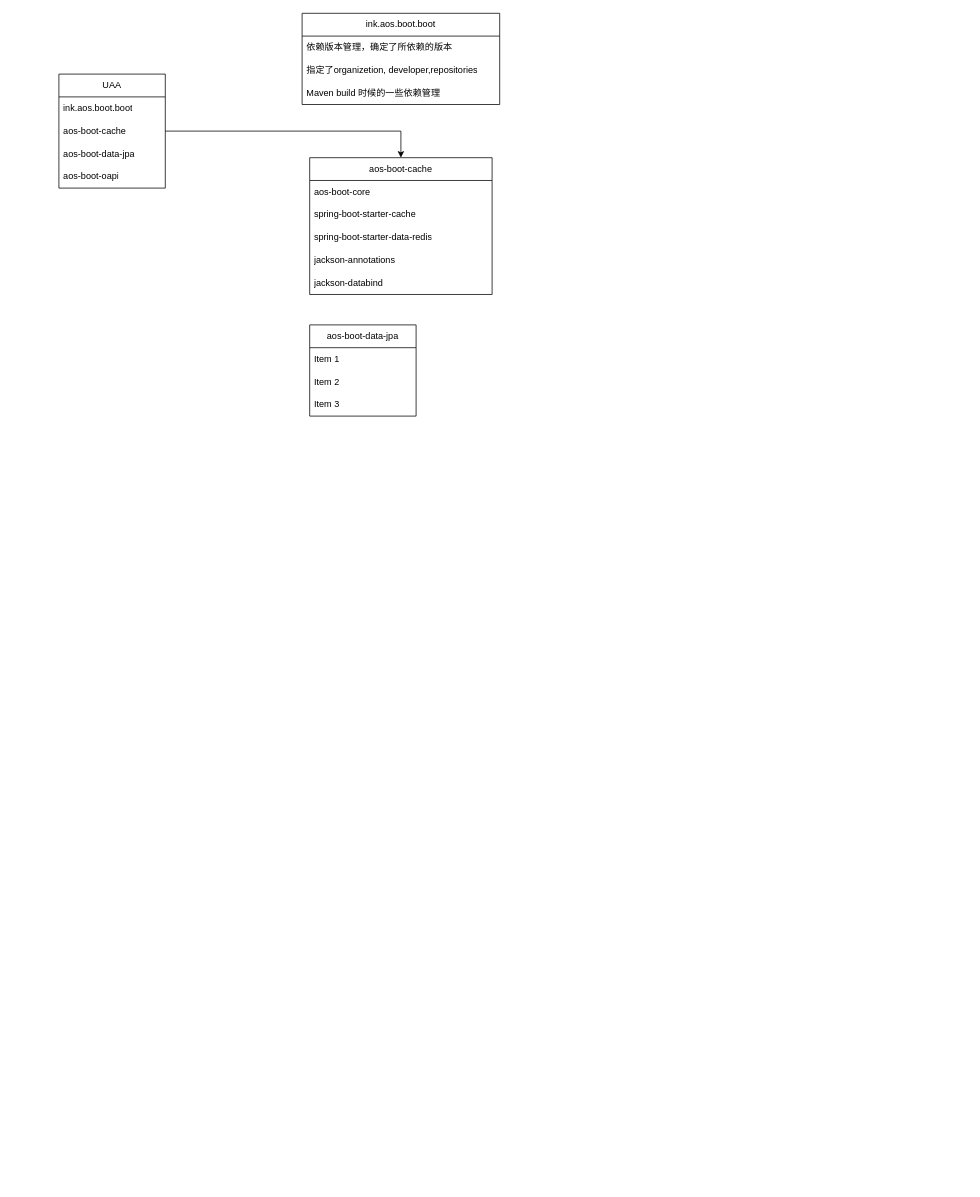
The draw.io diagram AOS-服务组件依赖关系.drawio in XiongZen/QJReconstitution, before the edit. Source tidied: cells renumbered, new cells numbered last; positions are measured from the earlier drawing's top-left corner, leaving out a move shared by most shapes. Both pictures are drawn from the tidied source at 76%, with x=0, y=0 at pixel (59, 13).
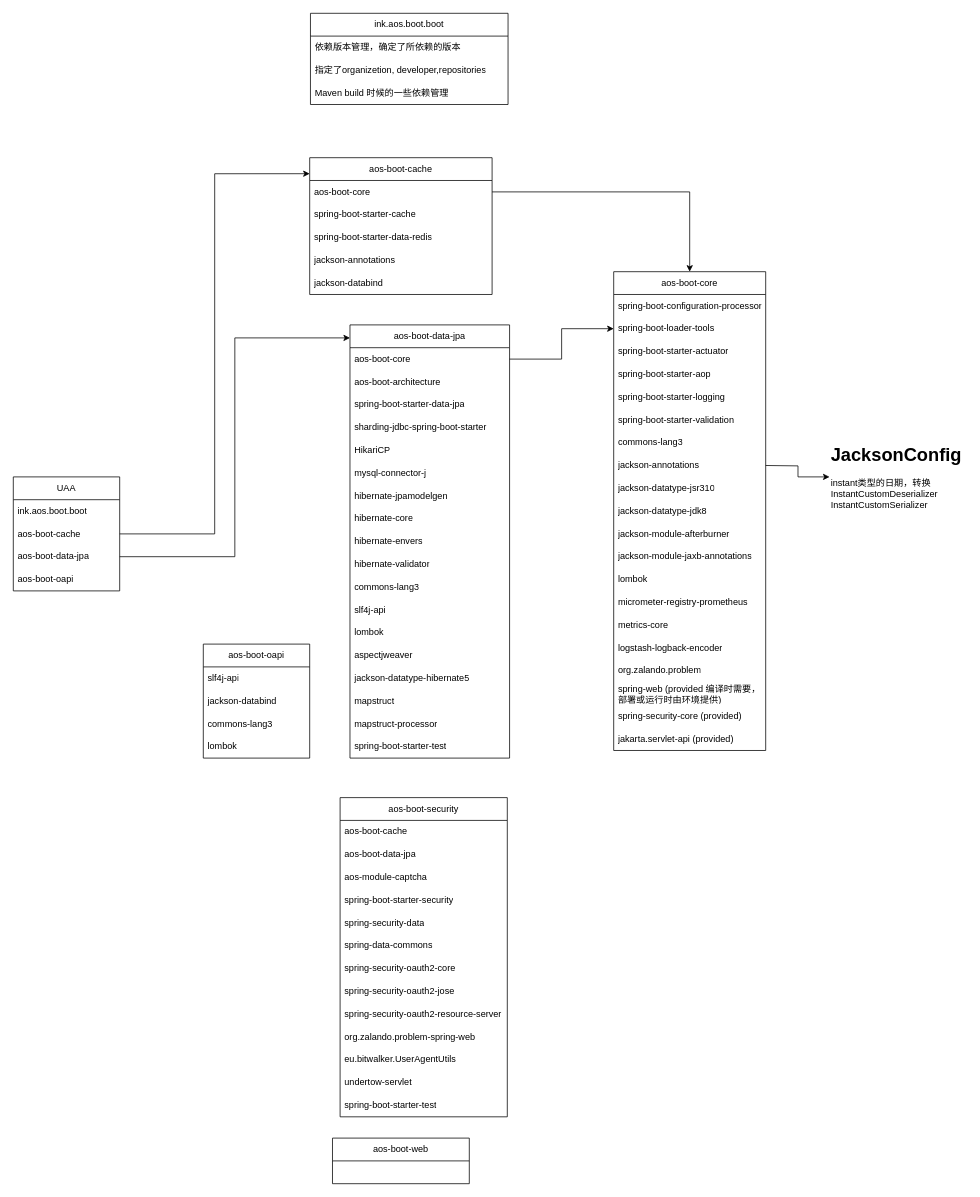
The same diagram, later.

Commit message (it also covers changes not shown here):
Update AOS-服务组件依赖关系.drawio

Unchanged cells that the change refers to:
```xml
<mxCell id="4" value="aos-boot-cache" style="text;strokeColor=none;fillColor=none;align=left;verticalAlign=middle;spacingLeft=4;spacingRight=4;overflow=hidden;points=[[0,0.5],[1,0.5]];portConstraint=eastwest;whiteSpace=wrap;html=1;" parent="2" vertex="1">
  <mxGeometry y="60" width="140" height="30" as="geometry" />
</mxCell>
<mxCell id="5" value="aos-boot-data-jpa" style="text;strokeColor=none;fillColor=none;align=left;verticalAlign=middle;spacingLeft=4;spacingRight=4;overflow=hidden;points=[[0,0.5],[1,0.5]];portConstraint=eastwest;whiteSpace=wrap;html=1;" parent="2" vertex="1">
  <mxGeometry y="90" width="140" height="30" as="geometry" />
</mxCell>
<mxCell id="11" value="&lt;span style=&quot;text-align: left;&quot;&gt;aos-boot-cache&lt;/span&gt;" style="swimlane;fontStyle=0;horizontal=1;startSize=30;whiteSpace=wrap;html=1;" parent="1" vertex="1">
  <mxGeometry x="330" y="190" width="240" height="180" as="geometry" />
</mxCell>
<mxCell id="12" value="aos-boot-core" style="text;strokeColor=none;fillColor=none;align=left;verticalAlign=middle;spacingLeft=4;spacingRight=4;overflow=hidden;points=[[0,0.5],[1,0.5]];portConstraint=eastwest;whiteSpace=wrap;html=1;" parent="11" vertex="1">
  <mxGeometry y="30" width="240" height="30" as="geometry" />
</mxCell>
```

Diff of the diagram source:
```diff
@@
     <mxCell id="2" value="UAA" style="swimlane;fontStyle=0;horizontal=1;startSize=30;whiteSpace=wrap;html=1;" parent="1" vertex="1">
-      <mxGeometry y="80" width="140" height="150" as="geometry" />
+      <mxGeometry x="-60" y="610" width="140" height="150" as="geometry" />
     </mxCell>
@@
     <mxCell id="7" value="&lt;span style=&quot;text-align: left;&quot;&gt;ink.aos.boot.boot&lt;/span&gt;" style="swimlane;fontStyle=0;horizontal=1;startSize=30;whiteSpace=wrap;html=1;" parent="1" vertex="1">
-      <mxGeometry x="320" width="260" height="120" as="geometry" />
+      <mxGeometry x="331" width="260" height="120" as="geometry" />
     </mxCell>
@@
-    <mxCell id="17" style="edgeStyle=orthogonalEdgeStyle;rounded=0;jettySize=auto;html=1;" parent="1" edge="1" source="4" target="11">
-      <mxGeometry relative="1" as="geometry" />
-    </mxCell>
     <mxCell id="18" value="aos-boot-data-jpa" style="swimlane;fontStyle=0;horizontal=1;startSize=30;whiteSpace=wrap;html=1;" parent="1" vertex="1">
-      <mxGeometry x="330" y="410" width="140" height="120" as="geometry" />
+      <mxGeometry x="383" y="410" width="210" height="570" as="geometry" />
     </mxCell>
-    <mxCell id="19" value="Item 1" style="text;strokeColor=none;fillColor=none;align=left;verticalAlign=middle;spacingLeft=4;spacingRight=4;overflow=hidden;points=[[0,0.5],[1,0.5]];portConstraint=eastwest;whiteSpace=wrap;html=1;" parent="18" vertex="1">
-      <mxGeometry y="30" width="140" height="30" as="geometry" />
+    <mxCell id="19" value="aos-boot-core" style="text;strokeColor=none;fillColor=none;align=left;verticalAlign=middle;spacingLeft=4;spacingRight=4;overflow=hidden;points=[[0,0.5],[1,0.5]];portConstraint=eastwest;whiteSpace=wrap;html=1;" parent="18" vertex="1">
+      <mxGeometry y="30" width="210" height="30" as="geometry" />
     </mxCell>
-    <mxCell id="20" value="Item 2" style="text;strokeColor=none;fillColor=none;align=left;verticalAlign=middle;spacingLeft=4;spacingRight=4;overflow=hidden;whiteSpace=wrap;html=1;" parent="18" vertex="1">
-      <mxGeometry y="60" width="140" height="30" as="geometry" />
+    <mxCell id="20" value="aos-boot-architecture" style="text;strokeColor=none;fillColor=none;align=left;verticalAlign=middle;spacingLeft=4;spacingRight=4;overflow=hidden;whiteSpace=wrap;html=1;" parent="18" vertex="1">
+      <mxGeometry y="60" width="210" height="30" as="geometry" />
     </mxCell>
-    <mxCell id="21" value="Item 3" style="text;strokeColor=none;fillColor=none;align=left;verticalAlign=middle;spacingLeft=4;spacingRight=4;overflow=hidden;whiteSpace=wrap;html=1;" parent="18" vertex="1">
-      <mxGeometry y="90" width="140" height="30" as="geometry" />
+    <mxCell id="21" value="spring-boot-starter-data-jpa" style="text;strokeColor=none;fillColor=none;align=left;verticalAlign=middle;spacingLeft=4;spacingRight=4;overflow=hidden;whiteSpace=wrap;html=1;" parent="18" vertex="1">
+      <mxGeometry y="90" width="210" height="30" as="geometry" />
     </mxCell>
+    <mxCell id="22" value="sharding-jdbc-spring-boot-starter" style="text;strokeColor=none;fillColor=none;align=left;verticalAlign=middle;spacingLeft=4;spacingRight=4;overflow=hidden;whiteSpace=wrap;html=1;" parent="18" vertex="1">
+      <mxGeometry y="120" width="210" height="30" as="geometry" />
+    </mxCell>
+    <mxCell id="23" value="HikariCP" style="text;strokeColor=none;fillColor=none;align=left;verticalAlign=middle;spacingLeft=4;spacingRight=4;overflow=hidden;whiteSpace=wrap;html=1;" parent="18" vertex="1">
+      <mxGeometry y="150" width="210" height="30" as="geometry" />
+    </mxCell>
+    <mxCell id="24" value="mysql-connector-j" style="text;strokeColor=none;fillColor=none;align=left;verticalAlign=middle;spacingLeft=4;spacingRight=4;overflow=hidden;whiteSpace=wrap;html=1;" parent="18" vertex="1">
+      <mxGeometry y="180" width="210" height="30" as="geometry" />
+    </mxCell>
+    <mxCell id="25" value="hibernate-jpamodelgen" style="text;strokeColor=none;fillColor=none;align=left;verticalAlign=middle;spacingLeft=4;spacingRight=4;overflow=hidden;whiteSpace=wrap;html=1;" parent="18" vertex="1">
+      <mxGeometry y="210" width="210" height="30" as="geometry" />
+    </mxCell>
+    <mxCell id="26" value="hibernate-core" style="text;strokeColor=none;fillColor=none;align=left;verticalAlign=middle;spacingLeft=4;spacingRight=4;overflow=hidden;whiteSpace=wrap;html=1;" parent="18" vertex="1">
+      <mxGeometry y="240" width="210" height="30" as="geometry" />
+    </mxCell>
+    <mxCell id="27" value="hibernate-envers" style="text;strokeColor=none;fillColor=none;align=left;verticalAlign=middle;spacingLeft=4;spacingRight=4;overflow=hidden;whiteSpace=wrap;html=1;" parent="18" vertex="1">
+      <mxGeometry y="270" width="210" height="30" as="geometry" />
+    </mxCell>
+    <mxCell id="28" value="hibernate-validator" style="text;strokeColor=none;fillColor=none;align=left;verticalAlign=middle;spacingLeft=4;spacingRight=4;overflow=hidden;whiteSpace=wrap;html=1;" parent="18" vertex="1">
+      <mxGeometry y="300" width="210" height="30" as="geometry" />
+    </mxCell>
+    <mxCell id="29" value="commons-lang3" style="text;strokeColor=none;fillColor=none;align=left;verticalAlign=middle;spacingLeft=4;spacingRight=4;overflow=hidden;whiteSpace=wrap;html=1;" parent="18" vertex="1">
+      <mxGeometry y="330" width="210" height="30" as="geometry" />
+    </mxCell>
+    <mxCell id="30" value="slf4j-api" style="text;strokeColor=none;fillColor=none;align=left;verticalAlign=middle;spacingLeft=4;spacingRight=4;overflow=hidden;whiteSpace=wrap;html=1;" parent="18" vertex="1">
+      <mxGeometry y="360" width="210" height="30" as="geometry" />
+    </mxCell>
+    <mxCell id="31" value="lombok" style="text;strokeColor=none;fillColor=none;align=left;verticalAlign=middle;spacingLeft=4;spacingRight=4;overflow=hidden;whiteSpace=wrap;html=1;" parent="18" vertex="1">
+      <mxGeometry y="390" width="210" height="30" as="geometry" />
+    </mxCell>
+    <mxCell id="32" value="aspectjweaver" style="text;strokeColor=none;fillColor=none;align=left;verticalAlign=middle;spacingLeft=4;spacingRight=4;overflow=hidden;whiteSpace=wrap;html=1;" parent="18" vertex="1">
+      <mxGeometry y="420" width="210" height="30" as="geometry" />
+    </mxCell>
+    <mxCell id="33" value="jackson-datatype-hibernate5" style="text;strokeColor=none;fillColor=none;align=left;verticalAlign=middle;spacingLeft=4;spacingRight=4;overflow=hidden;whiteSpace=wrap;html=1;" parent="18" vertex="1">
+      <mxGeometry y="450" width="210" height="30" as="geometry" />
+    </mxCell>
+    <mxCell id="34" value="mapstruct" style="text;strokeColor=none;fillColor=none;align=left;verticalAlign=middle;spacingLeft=4;spacingRight=4;overflow=hidden;whiteSpace=wrap;html=1;" parent="18" vertex="1">
+      <mxGeometry y="480" width="210" height="30" as="geometry" />
+    </mxCell>
+    <mxCell id="35" value="mapstruct-processor" style="text;strokeColor=none;fillColor=none;align=left;verticalAlign=middle;spacingLeft=4;spacingRight=4;overflow=hidden;whiteSpace=wrap;html=1;" parent="18" vertex="1">
+      <mxGeometry y="510" width="210" height="30" as="geometry" />
+    </mxCell>
+    <mxCell id="36" value="spring-boot-starter-test" style="text;strokeColor=none;fillColor=none;align=left;verticalAlign=middle;spacingLeft=4;spacingRight=4;overflow=hidden;whiteSpace=wrap;html=1;" parent="18" vertex="1">
+      <mxGeometry y="540" width="210" height="30" as="geometry" />
+    </mxCell>
+    <mxCell id="37" style="edgeStyle=orthogonalEdgeStyle;rounded=0;jettySize=auto;html=1;entryX=0;entryY=0.03;entryDx=0;entryDy=0;entryPerimeter=0;" parent="1" edge="1" source="5" target="18">
+      <mxGeometry relative="1" as="geometry" />
+    </mxCell>
+    <mxCell id="38" value="aos-boot-core" style="swimlane;fontStyle=0;horizontal=1;startSize=30;whiteSpace=wrap;html=1;" parent="1" vertex="1">
+      <mxGeometry x="730" y="340" width="200" height="630" as="geometry" />
+    </mxCell>
+    <mxCell id="39" value="spring-boot-configuration-processor" style="text;strokeColor=none;fillColor=none;align=left;verticalAlign=middle;spacingLeft=4;spacingRight=4;overflow=hidden;whiteSpace=wrap;html=1;" parent="38" vertex="1">
+      <mxGeometry y="30" width="200" height="30" as="geometry" />
+    </mxCell>
+    <mxCell id="40" value="spring-boot-loader-tools" style="text;strokeColor=none;fillColor=none;align=left;verticalAlign=middle;spacingLeft=4;spacingRight=4;overflow=hidden;points=[[0,0.5],[1,0.5]];portConstraint=eastwest;whiteSpace=wrap;html=1;" parent="38" vertex="1">
+      <mxGeometry y="60" width="200" height="30" as="geometry" />
+    </mxCell>
+    <mxCell id="41" value="spring-boot-starter-actuator" style="text;strokeColor=none;fillColor=none;align=left;verticalAlign=middle;spacingLeft=4;spacingRight=4;overflow=hidden;whiteSpace=wrap;html=1;" parent="38" vertex="1">
+      <mxGeometry y="90" width="200" height="30" as="geometry" />
+    </mxCell>
+    <mxCell id="42" value="spring-boot-starter-aop" style="text;strokeColor=none;fillColor=none;align=left;verticalAlign=middle;spacingLeft=4;spacingRight=4;overflow=hidden;whiteSpace=wrap;html=1;" parent="38" vertex="1">
+      <mxGeometry y="120" width="200" height="30" as="geometry" />
+    </mxCell>
+    <mxCell id="43" value="spring-boot-starter-logging" style="text;strokeColor=none;fillColor=none;align=left;verticalAlign=middle;spacingLeft=4;spacingRight=4;overflow=hidden;whiteSpace=wrap;html=1;" parent="38" vertex="1">
+      <mxGeometry y="150" width="200" height="30" as="geometry" />
+    </mxCell>
+    <mxCell id="44" value="spring-boot-starter-validation" style="text;strokeColor=none;fillColor=none;align=left;verticalAlign=middle;spacingLeft=4;spacingRight=4;overflow=hidden;whiteSpace=wrap;html=1;" parent="38" vertex="1">
+      <mxGeometry y="180" width="200" height="30" as="geometry" />
+    </mxCell>
+    <mxCell id="45" value="commons-lang3" style="text;strokeColor=none;fillColor=none;align=left;verticalAlign=middle;spacingLeft=4;spacingRight=4;overflow=hidden;whiteSpace=wrap;html=1;" parent="38" vertex="1">
+      <mxGeometry y="210" width="200" height="30" as="geometry" />
+    </mxCell>
+    <mxCell id="46" value="jackson-annotations" style="text;strokeColor=none;fillColor=none;align=left;verticalAlign=middle;spacingLeft=4;spacingRight=4;overflow=hidden;whiteSpace=wrap;html=1;" parent="38" vertex="1">
+      <mxGeometry y="240" width="200" height="30" as="geometry" />
+    </mxCell>
+    <mxCell id="47" value="jackson-datatype-jsr310" style="text;strokeColor=none;fillColor=none;align=left;verticalAlign=middle;spacingLeft=4;spacingRight=4;overflow=hidden;whiteSpace=wrap;html=1;" parent="38" vertex="1">
+      <mxGeometry y="270" width="200" height="30" as="geometry" />
+    </mxCell>
+    <mxCell id="48" value="jackson-datatype-jdk8" style="text;strokeColor=none;fillColor=none;align=left;verticalAlign=middle;spacingLeft=4;spacingRight=4;overflow=hidden;whiteSpace=wrap;html=1;" parent="38" vertex="1">
+      <mxGeometry y="300" width="200" height="30" as="geometry" />
+    </mxCell>
+    <mxCell id="49" value="jackson-module-afterburner" style="text;strokeColor=none;fillColor=none;align=left;verticalAlign=middle;spacingLeft=4;spacingRight=4;overflow=hidden;whiteSpace=wrap;html=1;" parent="38" vertex="1">
+      <mxGeometry y="330" width="200" height="30" as="geometry" />
+    </mxCell>
+    <mxCell id="50" value="jackson-module-jaxb-annotations" style="text;strokeColor=none;fillColor=none;align=left;verticalAlign=middle;spacingLeft=4;spacingRight=4;overflow=hidden;whiteSpace=wrap;html=1;" parent="38" vertex="1">
+      <mxGeometry y="360" width="200" height="30" as="geometry" />
+    </mxCell>
+    <mxCell id="51" value="lombok" style="text;strokeColor=none;fillColor=none;align=left;verticalAlign=middle;spacingLeft=4;spacingRight=4;overflow=hidden;whiteSpace=wrap;html=1;" parent="38" vertex="1">
+      <mxGeometry y="390" width="200" height="30" as="geometry" />
+    </mxCell>
+    <mxCell id="52" value="micrometer-registry-prometheus" style="text;strokeColor=none;fillColor=none;align=left;verticalAlign=middle;spacingLeft=4;spacingRight=4;overflow=hidden;whiteSpace=wrap;html=1;" parent="38" vertex="1">
+      <mxGeometry y="420" width="200" height="30" as="geometry" />
+    </mxCell>
+    <mxCell id="53" value="metrics-core" style="text;strokeColor=none;fillColor=none;align=left;verticalAlign=middle;spacingLeft=4;spacingRight=4;overflow=hidden;whiteSpace=wrap;html=1;" parent="38" vertex="1">
+      <mxGeometry y="450" width="200" height="30" as="geometry" />
+    </mxCell>
+    <mxCell id="54" value="logstash-logback-encoder" style="text;strokeColor=none;fillColor=none;align=left;verticalAlign=middle;spacingLeft=4;spacingRight=4;overflow=hidden;whiteSpace=wrap;html=1;" parent="38" vertex="1">
+      <mxGeometry y="480" width="200" height="30" as="geometry" />
+    </mxCell>
+    <mxCell id="55" value="org.zalando.problem" style="text;strokeColor=none;fillColor=none;align=left;verticalAlign=middle;spacingLeft=4;spacingRight=4;overflow=hidden;whiteSpace=wrap;html=1;" parent="38" vertex="1">
+      <mxGeometry y="510" width="200" height="30" as="geometry" />
+    </mxCell>
+    <mxCell id="56" value="spring-web (provided 编译时需要，部署或运行时由环境提供)" style="text;strokeColor=none;fillColor=none;align=left;verticalAlign=middle;spacingLeft=4;spacingRight=4;overflow=hidden;whiteSpace=wrap;html=1;" parent="38" vertex="1">
+      <mxGeometry y="540" width="200" height="30" as="geometry" />
+    </mxCell>
+    <mxCell id="57" value="spring-security-core (provided)" style="text;strokeColor=none;fillColor=none;align=left;verticalAlign=middle;spacingLeft=4;spacingRight=4;overflow=hidden;whiteSpace=wrap;html=1;" parent="38" vertex="1">
+      <mxGeometry y="570" width="200" height="30" as="geometry" />
+    </mxCell>
+    <mxCell id="58" value="jakarta.servlet-api (provided)" style="text;strokeColor=none;fillColor=none;align=left;verticalAlign=middle;spacingLeft=4;spacingRight=4;overflow=hidden;whiteSpace=wrap;html=1;" parent="38" vertex="1">
+      <mxGeometry y="600" width="200" height="30" as="geometry" />
+    </mxCell>
+    <mxCell id="59" style="edgeStyle=orthogonalEdgeStyle;rounded=0;jettySize=auto;html=1;entryX=0.5;entryY=0;entryDx=0;entryDy=0;" parent="1" edge="1" source="12" target="38">
+      <mxGeometry relative="1" as="geometry" />
+    </mxCell>
+    <mxCell id="60" style="edgeStyle=orthogonalEdgeStyle;rounded=0;jettySize=auto;html=1;entryX=0;entryY=0.5;entryDx=0;entryDy=0;" parent="1" edge="1" source="19" target="40">
+      <mxGeometry relative="1" as="geometry" />
+    </mxCell>
+    <mxCell id="61" value="&lt;h1 style=&quot;margin-top: 0px;&quot;&gt;JacksonConfig&lt;/h1&gt;&lt;p&gt;instant类型的日期，转换&lt;br&gt;InstantCustomDeserializer&lt;br&gt;InstantCustomSerializer&lt;/p&gt;" style="text;html=1;whiteSpace=wrap;overflow=hidden;rounded=0;" parent="1" vertex="1">
+      <mxGeometry x="1014" y="560" width="180" height="100" as="geometry" />
+    </mxCell>
+    <mxCell id="62" style="edgeStyle=orthogonalEdgeStyle;rounded=0;jettySize=auto;html=1;entryX=0;entryY=0.5;entryDx=0;entryDy=0;" parent="1" edge="1" target="61">
+      <mxGeometry relative="1" as="geometry">
+        <mxPoint x="930" y="595" as="sourcePoint" />
+      </mxGeometry>
+    </mxCell>
+    <mxCell id="63" value="aos-boot-oapi" style="swimlane;fontStyle=0;horizontal=1;startSize=30;whiteSpace=wrap;html=1;" parent="1" vertex="1">
+      <mxGeometry x="190" y="830" width="140" height="150" as="geometry" />
+    </mxCell>
+    <mxCell id="64" value="slf4j-api" style="text;strokeColor=none;fillColor=none;align=left;verticalAlign=middle;spacingLeft=4;spacingRight=4;overflow=hidden;whiteSpace=wrap;html=1;" parent="63" vertex="1">
+      <mxGeometry y="30" width="140" height="30" as="geometry" />
+    </mxCell>
+    <mxCell id="65" value="jackson-databind" style="text;strokeColor=none;fillColor=none;align=left;verticalAlign=middle;spacingLeft=4;spacingRight=4;overflow=hidden;whiteSpace=wrap;html=1;" parent="63" vertex="1">
+      <mxGeometry y="60" width="140" height="30" as="geometry" />
+    </mxCell>
+    <mxCell id="66" value="commons-lang3" style="text;strokeColor=none;fillColor=none;align=left;verticalAlign=middle;spacingLeft=4;spacingRight=4;overflow=hidden;whiteSpace=wrap;html=1;" parent="63" vertex="1">
+      <mxGeometry y="90" width="140" height="30" as="geometry" />
+    </mxCell>
+    <mxCell id="67" value="lombok" style="text;strokeColor=none;fillColor=none;align=left;verticalAlign=middle;spacingLeft=4;spacingRight=4;overflow=hidden;whiteSpace=wrap;html=1;" parent="63" vertex="1">
+      <mxGeometry y="120" width="140" height="30" as="geometry" />
+    </mxCell>
+    <mxCell id="68" value="&lt;span style=&quot;text-align: left;&quot;&gt;aos-boot-web&lt;/span&gt;" style="swimlane;fontStyle=0;horizontal=1;startSize=30;whiteSpace=wrap;html=1;" parent="1" vertex="1">
+      <mxGeometry x="360" y="1480" width="180" height="60" as="geometry" />
+    </mxCell>
+    <mxCell id="17" style="edgeStyle=orthogonalEdgeStyle;rounded=0;jettySize=auto;html=1;entryX=0;entryY=0.117;entryDx=0;entryDy=0;entryPerimeter=0;" parent="1" edge="1" source="4" target="11">
+      <mxGeometry relative="1" as="geometry" />
+    </mxCell>
+    <mxCell id="69" value="&lt;span style=&quot;text-align: left;&quot;&gt;aos-boot-security&lt;/span&gt;" style="swimlane;fontStyle=0;horizontal=1;startSize=30;whiteSpace=wrap;html=1;" parent="1" vertex="1">
+      <mxGeometry x="370" y="1032" width="220" height="420" as="geometry" />
+    </mxCell>
+    <mxCell id="70" value="aos-boot-cache" style="text;strokeColor=none;fillColor=none;align=left;verticalAlign=middle;spacingLeft=4;spacingRight=4;overflow=hidden;whiteSpace=wrap;html=1;" parent="69" vertex="1">
+      <mxGeometry y="30" width="220" height="30" as="geometry" />
+    </mxCell>
+    <mxCell id="71" value="aos-boot-data-jpa" style="text;strokeColor=none;fillColor=none;align=left;verticalAlign=middle;spacingLeft=4;spacingRight=4;overflow=hidden;whiteSpace=wrap;html=1;" parent="69" vertex="1">
+      <mxGeometry y="60" width="220" height="30" as="geometry" />
+    </mxCell>
+    <mxCell id="72" value="aos-module-captcha" style="text;strokeColor=none;fillColor=none;align=left;verticalAlign=middle;spacingLeft=4;spacingRight=4;overflow=hidden;whiteSpace=wrap;html=1;" parent="69" vertex="1">
+      <mxGeometry y="90" width="220" height="30" as="geometry" />
+    </mxCell>
+    <mxCell id="73" value="spring-boot-starter-security" style="text;strokeColor=none;fillColor=none;align=left;verticalAlign=middle;spacingLeft=4;spacingRight=4;overflow=hidden;whiteSpace=wrap;html=1;" parent="69" vertex="1">
+      <mxGeometry y="120" width="220" height="30" as="geometry" />
+    </mxCell>
+    <mxCell id="74" value="spring-security-data" style="text;strokeColor=none;fillColor=none;align=left;verticalAlign=middle;spacingLeft=4;spacingRight=4;overflow=hidden;whiteSpace=wrap;html=1;" parent="69" vertex="1">
+      <mxGeometry y="150" width="220" height="30" as="geometry" />
+    </mxCell>
+    <mxCell id="75" value="spring-data-commons" style="text;strokeColor=none;fillColor=none;align=left;verticalAlign=middle;spacingLeft=4;spacingRight=4;overflow=hidden;whiteSpace=wrap;html=1;" parent="69" vertex="1">
+      <mxGeometry y="180" width="220" height="30" as="geometry" />
+    </mxCell>
+    <mxCell id="76" value="spring-security-oauth2-core" style="text;strokeColor=none;fillColor=none;align=left;verticalAlign=middle;spacingLeft=4;spacingRight=4;overflow=hidden;whiteSpace=wrap;html=1;" parent="69" vertex="1">
+      <mxGeometry y="210" width="220" height="30" as="geometry" />
+    </mxCell>
+    <mxCell id="77" value="spring-security-oauth2-jose" style="text;strokeColor=none;fillColor=none;align=left;verticalAlign=middle;spacingLeft=4;spacingRight=4;overflow=hidden;whiteSpace=wrap;html=1;" parent="69" vertex="1">
+      <mxGeometry y="240" width="220" height="30" as="geometry" />
+    </mxCell>
+    <mxCell id="78" value="spring-security-oauth2-resource-server" style="text;strokeColor=none;fillColor=none;align=left;verticalAlign=middle;spacingLeft=4;spacingRight=4;overflow=hidden;whiteSpace=wrap;html=1;" parent="69" vertex="1">
+      <mxGeometry y="270" width="220" height="30" as="geometry" />
+    </mxCell>
+    <mxCell id="79" value="org.zalando.problem-spring-web" style="text;strokeColor=none;fillColor=none;align=left;verticalAlign=middle;spacingLeft=4;spacingRight=4;overflow=hidden;whiteSpace=wrap;html=1;" parent="69" vertex="1">
+      <mxGeometry y="300" width="220" height="30" as="geometry" />
+    </mxCell>
+    <mxCell id="80" value="eu.bitwalker.UserAgentUtils" style="text;strokeColor=none;fillColor=none;align=left;verticalAlign=middle;spacingLeft=4;spacingRight=4;overflow=hidden;whiteSpace=wrap;html=1;" parent="69" vertex="1">
+      <mxGeometry y="330" width="220" height="30" as="geometry" />
+    </mxCell>
+    <mxCell id="81" value="undertow-servlet" style="text;strokeColor=none;fillColor=none;align=left;verticalAlign=middle;spacingLeft=4;spacingRight=4;overflow=hidden;whiteSpace=wrap;html=1;" parent="69" vertex="1">
+      <mxGeometry y="360" width="220" height="30" as="geometry" />
+    </mxCell>
+    <mxCell id="82" value="spring-boot-starter-test" style="text;strokeColor=none;fillColor=none;align=left;verticalAlign=middle;spacingLeft=4;spacingRight=4;overflow=hidden;whiteSpace=wrap;html=1;" parent="69" vertex="1">
+      <mxGeometry y="390" width="220" height="30" as="geometry" />
+    </mxCell>
```
